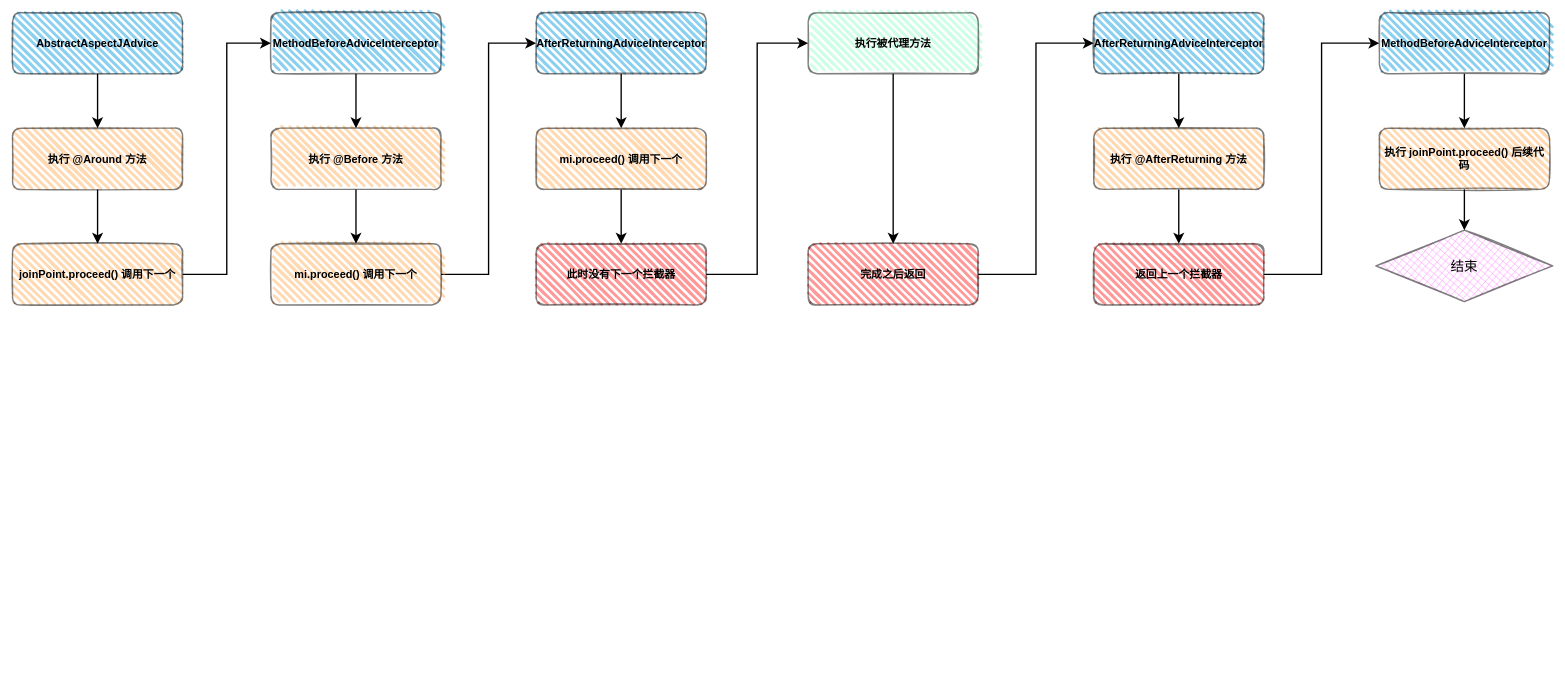
Above: Untitled Diagram.drawio in baoyh/course (draw.io), before the change. Source tidied: cells renumbered, new cells numbered last; positions are measured from the earlier drawing's top-left corner, leaving out a move shared by most shapes. Both pictures are drawn from the tidied source at 68%, with x=0, y=0 at pixel (12, 12).
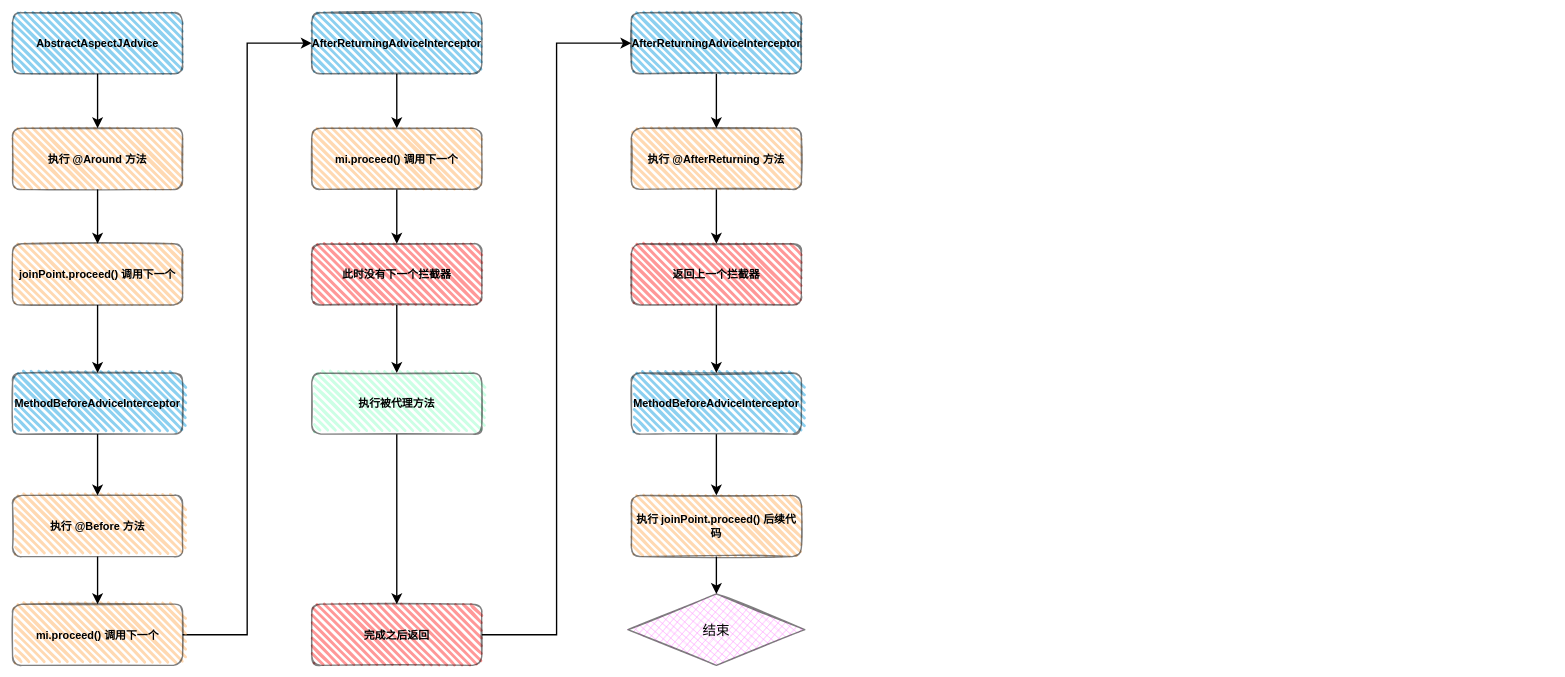
Above is the later version.

Unchanged cells that the change refers to:
```xml
<mxCell id="7" value="&lt;b style=&quot;font-size: 16px&quot;&gt;joinPoint.proceed() 调用下一个&lt;/b&gt;" style="rounded=1;whiteSpace=wrap;html=1;strokeWidth=2;fillWeight=4;hachureGap=8;hachureAngle=45;sketch=1;opacity=50;fillColor=#FFB366;" parent="1" vertex="1">
  <mxGeometry y="340" width="250" height="90" as="geometry" />
</mxCell>
```

Change to the diagram source:
```diff
@@
-    <mxCell id="6" style="edgeStyle=orthogonalEdgeStyle;rounded=0;jettySize=auto;html=1;entryX=0;entryY=0.5;entryDx=0;entryDy=0;endSize=10;strokeWidth=2;" parent="1" edge="1" source="7" target="9">
+    <mxCell id="6" style="edgeStyle=orthogonalEdgeStyle;rounded=0;jettySize=auto;html=1;endSize=10;strokeWidth=2;" parent="1" edge="1" source="7" target="9">
       <mxGeometry relative="1" as="geometry" />
     </mxCell>
@@
     <mxCell id="9" value="&lt;span style=&quot;font-size: 16px&quot;&gt;&lt;b&gt;MethodBeforeAdviceInterceptor&lt;/b&gt;&lt;/span&gt;" style="rounded=1;whiteSpace=wrap;html=1;strokeWidth=2;fillWeight=4;hachureGap=8;hachureAngle=45;fillColor=#1ba1e2;sketch=1;opacity=50;" parent="1" vertex="1">
-      <mxGeometry x="380" width="250" height="90" as="geometry" />
+      <mxGeometry y="530" width="250" height="90" as="geometry" />
     </mxCell>
@@
     <mxCell id="11" value="&lt;b&gt;&lt;font style=&quot;font-size: 16px&quot;&gt;执行 @Before 方法&lt;/font&gt;&lt;/b&gt;" style="rounded=1;whiteSpace=wrap;html=1;strokeWidth=2;fillWeight=4;hachureGap=8;hachureAngle=45;sketch=1;opacity=50;fillColor=#FFB366;" parent="1" vertex="1">
-      <mxGeometry x="380" y="170" width="250" height="90" as="geometry" />
+      <mxGeometry y="710" width="250" height="90" as="geometry" />
     </mxCell>
@@
     <mxCell id="13" value="&lt;b style=&quot;font-size: 16px&quot;&gt;mi.proceed() 调用下一个&lt;/b&gt;" style="rounded=1;whiteSpace=wrap;html=1;strokeWidth=2;fillWeight=4;hachureGap=8;hachureAngle=45;sketch=1;opacity=50;fillColor=#FFB366;" parent="1" vertex="1">
-      <mxGeometry x="380" y="340" width="250" height="90" as="geometry" />
+      <mxGeometry y="870" width="250" height="90" as="geometry" />
     </mxCell>
@@
     <mxCell id="15" value="&lt;span style=&quot;font-size: 16px&quot;&gt;&lt;b&gt;AfterReturningAdviceInterceptor&lt;/b&gt;&lt;/span&gt;" style="rounded=1;whiteSpace=wrap;html=1;strokeWidth=2;fillWeight=4;hachureGap=8;hachureAngle=45;fillColor=#1ba1e2;sketch=1;opacity=50;" parent="1" vertex="1">
-      <mxGeometry x="770" width="250" height="90" as="geometry" />
+      <mxGeometry x="440" width="250" height="90" as="geometry" />
     </mxCell>
@@
     <mxCell id="17" value="&lt;b style=&quot;font-size: 16px&quot;&gt;mi.proceed() 调用下一个&lt;/b&gt;" style="rounded=1;whiteSpace=wrap;html=1;strokeWidth=2;fillWeight=4;hachureGap=8;hachureAngle=45;sketch=1;opacity=50;fillColor=#FFB366;" parent="1" vertex="1">
-      <mxGeometry x="770" y="170" width="250" height="90" as="geometry" />
+      <mxGeometry x="440" y="170" width="250" height="90" as="geometry" />
     </mxCell>
-    <mxCell id="18" style="edgeStyle=orthogonalEdgeStyle;rounded=0;jettySize=auto;html=1;entryX=0;entryY=0.5;entryDx=0;entryDy=0;endSize=10;strokeWidth=2;" parent="1" edge="1" source="19" target="21">
+    <mxCell id="18" style="edgeStyle=orthogonalEdgeStyle;rounded=0;jettySize=auto;html=1;endSize=10;strokeWidth=2;" parent="1" edge="1" source="19" target="21">
       <mxGeometry relative="1" as="geometry" />
     </mxCell>
     <mxCell id="19" value="&lt;b style=&quot;font-size: 16px&quot;&gt;此时没有下一个拦截器&lt;/b&gt;" style="rounded=1;whiteSpace=wrap;html=1;strokeWidth=2;fillWeight=4;hachureGap=8;hachureAngle=45;sketch=1;opacity=50;fillColor=#FF3333;" parent="1" vertex="1">
-      <mxGeometry x="770" y="340" width="250" height="90" as="geometry" />
+      <mxGeometry x="440" y="340" width="250" height="90" as="geometry" />
     </mxCell>
@@
     <mxCell id="21" value="&lt;span style=&quot;font-size: 16px&quot;&gt;&lt;b&gt;执行被代理方法&lt;/b&gt;&lt;/span&gt;" style="rounded=1;whiteSpace=wrap;html=1;strokeWidth=2;fillWeight=4;hachureGap=8;hachureAngle=45;sketch=1;opacity=50;fillColor=#99FFCC;" parent="1" vertex="1">
-      <mxGeometry x="1170" width="250" height="90" as="geometry" />
+      <mxGeometry x="440" y="530" width="250" height="90" as="geometry" />
     </mxCell>
@@
     <mxCell id="23" value="&lt;span style=&quot;font-size: 16px&quot;&gt;&lt;b&gt;完成之后返回&lt;/b&gt;&lt;/span&gt;" style="rounded=1;whiteSpace=wrap;html=1;strokeWidth=2;fillWeight=4;hachureGap=8;hachureAngle=45;sketch=1;opacity=50;fillColor=#FF3333;" parent="1" vertex="1">
-      <mxGeometry x="1170" y="340" width="250" height="90" as="geometry" />
+      <mxGeometry x="440" y="870" width="250" height="90" as="geometry" />
     </mxCell>
@@
     <mxCell id="25" value="&lt;span style=&quot;font-size: 16px&quot;&gt;&lt;b&gt;AfterReturningAdviceInterceptor&lt;/b&gt;&lt;/span&gt;" style="rounded=1;whiteSpace=wrap;html=1;strokeWidth=2;fillWeight=4;hachureGap=8;hachureAngle=45;fillColor=#1ba1e2;sketch=1;opacity=50;" parent="1" vertex="1">
-      <mxGeometry x="1590" width="250" height="90" as="geometry" />
+      <mxGeometry x="910" width="250" height="90" as="geometry" />
     </mxCell>
@@
     <mxCell id="27" value="&lt;b&gt;&lt;font style=&quot;font-size: 16px&quot;&gt;执行 @AfterReturning 方法&lt;/font&gt;&lt;/b&gt;" style="rounded=1;whiteSpace=wrap;html=1;strokeWidth=2;fillWeight=4;hachureGap=8;hachureAngle=45;sketch=1;opacity=50;fillColor=#FFB366;" parent="1" vertex="1">
-      <mxGeometry x="1590" y="170" width="250" height="90" as="geometry" />
+      <mxGeometry x="910" y="170" width="250" height="90" as="geometry" />
     </mxCell>
-    <mxCell id="28" style="edgeStyle=orthogonalEdgeStyle;rounded=0;jettySize=auto;html=1;entryX=0;entryY=0.5;entryDx=0;entryDy=0;endSize=10;strokeWidth=2;" parent="1" edge="1" source="29" target="31">
+    <mxCell id="28" style="edgeStyle=orthogonalEdgeStyle;rounded=0;jettySize=auto;html=1;endSize=10;strokeWidth=2;" parent="1" edge="1" source="29" target="31">
       <mxGeometry relative="1" as="geometry" />
     </mxCell>
     <mxCell id="29" value="&lt;span style=&quot;font-size: 16px&quot;&gt;&lt;b&gt;返回上一个拦截器&lt;/b&gt;&lt;/span&gt;" style="rounded=1;whiteSpace=wrap;html=1;strokeWidth=2;fillWeight=4;hachureGap=8;hachureAngle=45;sketch=1;opacity=50;fillColor=#FF3333;" parent="1" vertex="1">
-      <mxGeometry x="1590" y="340" width="250" height="90" as="geometry" />
+      <mxGeometry x="910" y="340" width="250" height="90" as="geometry" />
     </mxCell>
@@
     <mxCell id="31" value="&lt;span style=&quot;font-size: 16px&quot;&gt;&lt;b&gt;MethodBeforeAdviceInterceptor&lt;/b&gt;&lt;/span&gt;" style="rounded=1;whiteSpace=wrap;html=1;strokeWidth=2;fillWeight=4;hachureGap=8;hachureAngle=45;fillColor=#1ba1e2;sketch=1;opacity=50;" parent="1" vertex="1">
-      <mxGeometry x="2010" width="250" height="90" as="geometry" />
+      <mxGeometry x="910" y="530" width="250" height="90" as="geometry" />
     </mxCell>
@@
     <mxCell id="33" value="&lt;b&gt;&lt;font style=&quot;font-size: 16px&quot;&gt;执行&amp;nbsp;&lt;/font&gt;&lt;/b&gt;&lt;b style=&quot;font-size: 16px&quot;&gt;joinPoint.proceed() 后续代码&lt;/b&gt;" style="rounded=1;whiteSpace=wrap;html=1;strokeWidth=2;fillWeight=4;hachureGap=8;hachureAngle=45;sketch=1;opacity=50;fillColor=#FFB366;" parent="1" vertex="1">
-      <mxGeometry x="2010" y="170" width="250" height="90" as="geometry" />
+      <mxGeometry x="910" y="710" width="250" height="90" as="geometry" />
     </mxCell>
     <mxCell id="34" value="&lt;font style=&quot;font-size: 20px&quot;&gt;结束&lt;/font&gt;" style="rhombus;whiteSpace=wrap;html=1;strokeWidth=2;fillWeight=-1;hachureGap=8;fillStyle=cross-hatch;sketch=1;opacity=50;fillColor=#FF99FF;" parent="1" vertex="1">
-      <mxGeometry x="2005" y="320" width="260" height="105" as="geometry" />
+      <mxGeometry x="905" y="855" width="260" height="105" as="geometry" />
     </mxCell>
```
